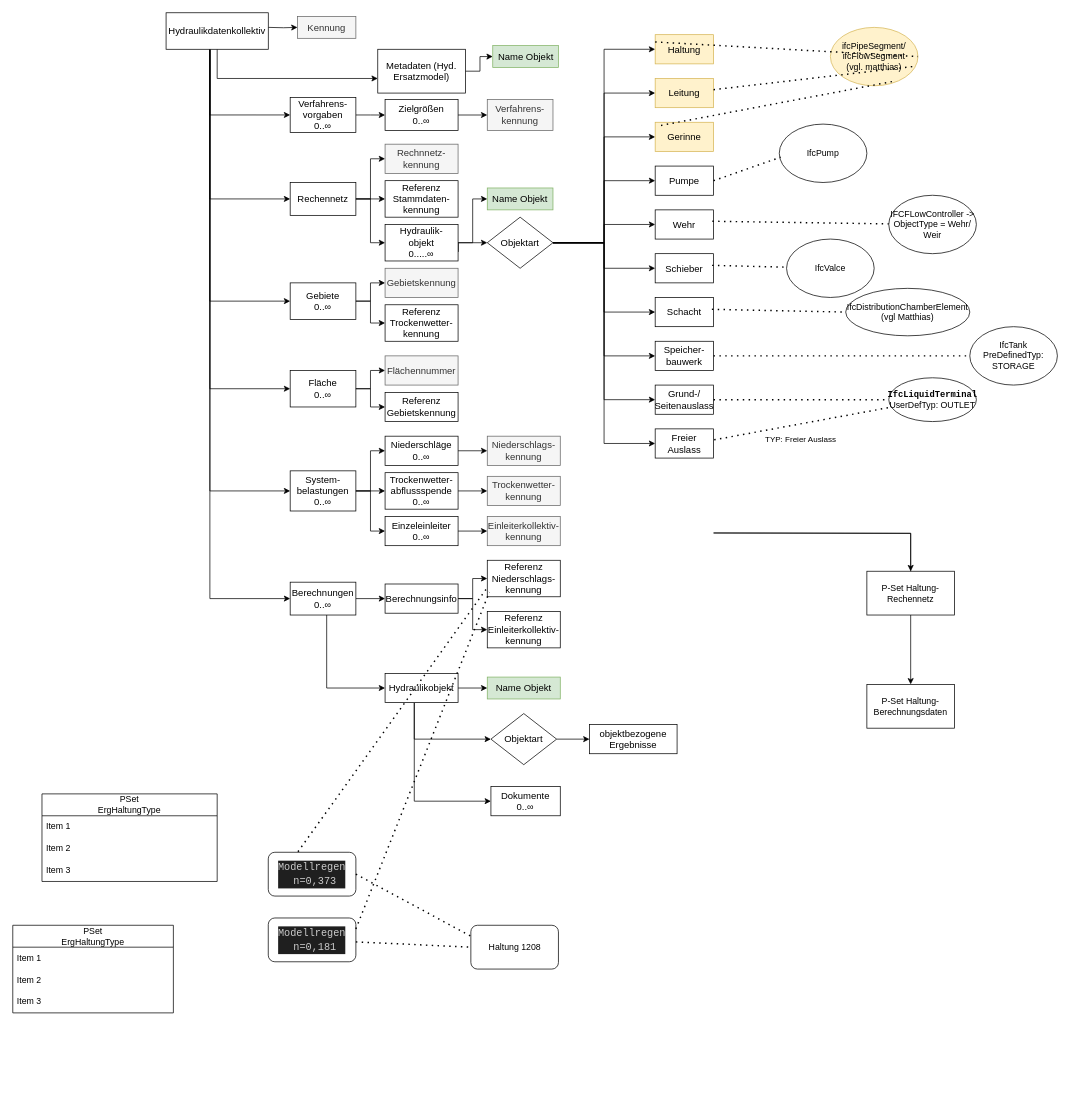
Earlier version of the draw.io diagram Grobwasser mit IFC Klassen.drawio (simonwb123/BA-ISYBAU). Source tidied: cells renumbered, new cells numbered last; positions are measured from the earlier drawing's top-left corner, leaving out a move shared by most shapes. Both pictures are drawn from the tidied source at 73%, with x=0, y=0 at pixel (12, 12).
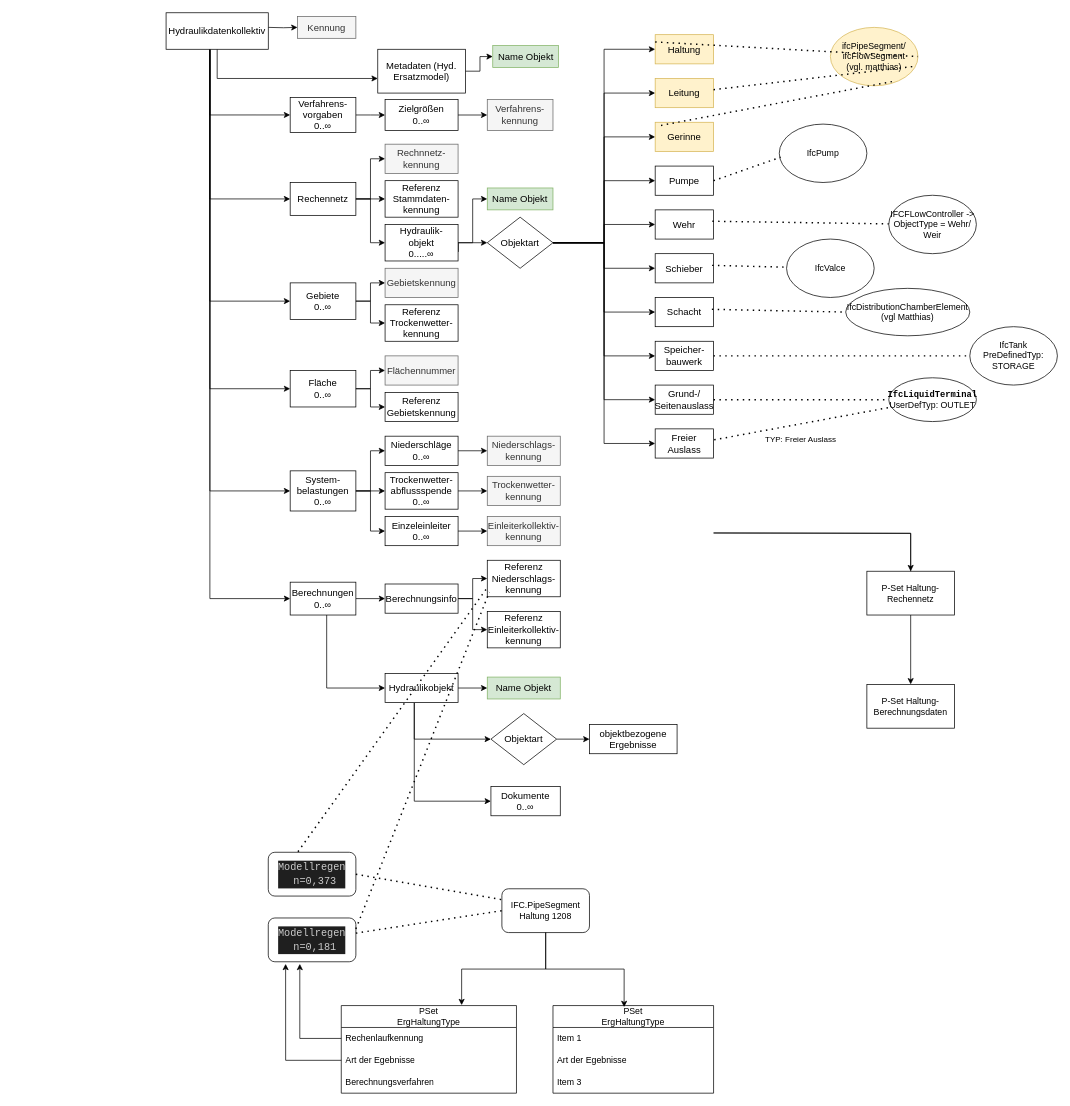
Above is the later version.

The change refers to these unchanged cells:
```xml
<mxCell id="115" value="&lt;div style=&quot;color: rgb(204, 204, 204); background-color: rgb(31, 31, 31); font-family: Consolas, &amp;quot;Courier New&amp;quot;, monospace; font-weight: normal; font-size: 14px; line-height: 19px; white-space: pre;&quot;&gt;&lt;div&gt;&lt;span style=&quot;color: rgb(204, 204, 204);&quot;&gt;Modellregen&lt;br&gt; n=0,181&lt;/span&gt;&lt;/div&gt;&lt;/div&gt;" style="rounded=1;whiteSpace=wrap;html=1;" parent="1" vertex="1">
  <mxGeometry x="350" y="1240" width="120" height="60" as="geometry" />
</mxCell>
```

What changed in the source:
```diff
@@
-    <mxCell id="118" value="Haltung 1208" style="rounded=1;whiteSpace=wrap;html=1;" parent="1" vertex="1">
-      <mxGeometry x="627.5" y="1250" width="120" height="60" as="geometry" />
+    <mxCell id="118" value="&lt;div&gt;IFC.PipeSegment&lt;/div&gt;&lt;div&gt;Haltung 1208&lt;/div&gt;" style="rounded=1;whiteSpace=wrap;html=1;" parent="1" vertex="1">
+      <mxGeometry x="670" y="1200" width="120" height="60" as="geometry" />
     </mxCell>
@@
     <mxCell id="121" value="PSet&lt;br&gt;ErgHaltungType" style="swimlane;fontStyle=0;horizontal=1;startSize=30;whiteSpace=wrap;html=1;" parent="1" vertex="1">
-      <mxGeometry y="1250" width="220" height="120" as="geometry" />
+      <mxGeometry x="740" y="1360" width="220" height="120" as="geometry" />
     </mxCell>
@@
-    <mxCell id="123" value="Item 2" style="text;strokeColor=none;fillColor=none;align=left;verticalAlign=middle;spacingLeft=4;spacingRight=4;overflow=hidden;whiteSpace=wrap;html=1;" parent="121" vertex="1">
+    <mxCell id="123" value="Art der Egebnisse" style="text;strokeColor=none;fillColor=none;align=left;verticalAlign=middle;spacingLeft=4;spacingRight=4;overflow=hidden;whiteSpace=wrap;html=1;" parent="121" vertex="1">
       <mxGeometry y="60" width="220" height="30" as="geometry" />
     </mxCell>
@@
     <mxCell id="125" value="PSet&lt;br&gt;ErgHaltungType" style="swimlane;fontStyle=0;horizontal=1;startSize=30;whiteSpace=wrap;html=1;" parent="1" vertex="1">
-      <mxGeometry x="40" y="1070" width="240" height="120" as="geometry" />
+      <mxGeometry x="450" y="1360" width="240" height="120" as="geometry" />
     </mxCell>
-    <mxCell id="126" value="Item 1" style="text;strokeColor=none;fillColor=none;align=left;verticalAlign=middle;spacingLeft=4;spacingRight=4;overflow=hidden;points=[[0,0.5],[1,0.5]];portConstraint=eastwest;whiteSpace=wrap;html=1;" parent="125" vertex="1">
+    <mxCell id="126" value="Rechenlaufkennung" style="text;strokeColor=none;fillColor=none;align=left;verticalAlign=middle;spacingLeft=4;spacingRight=4;overflow=hidden;points=[[0,0.5],[1,0.5]];portConstraint=eastwest;whiteSpace=wrap;html=1;" parent="125" vertex="1">
       <mxGeometry y="30" width="240" height="30" as="geometry" />
     </mxCell>
-    <mxCell id="127" value="Item 2" style="text;strokeColor=none;fillColor=none;align=left;verticalAlign=middle;spacingLeft=4;spacingRight=4;overflow=hidden;points=[[0,0.5],[1,0.5]];portConstraint=eastwest;whiteSpace=wrap;html=1;" parent="125" vertex="1">
+    <mxCell id="127" value="Art der Egebnisse" style="text;strokeColor=none;fillColor=none;align=left;verticalAlign=middle;spacingLeft=4;spacingRight=4;overflow=hidden;points=[[0,0.5],[1,0.5]];portConstraint=eastwest;whiteSpace=wrap;html=1;" parent="125" vertex="1">
       <mxGeometry y="60" width="240" height="30" as="geometry" />
     </mxCell>
-    <mxCell id="128" value="Item 3" style="text;strokeColor=none;fillColor=none;align=left;verticalAlign=middle;spacingLeft=4;spacingRight=4;overflow=hidden;whiteSpace=wrap;html=1;" parent="125" vertex="1">
+    <mxCell id="128" value="Berechnungsverfahren" style="text;strokeColor=none;fillColor=none;align=left;verticalAlign=middle;spacingLeft=4;spacingRight=4;overflow=hidden;whiteSpace=wrap;html=1;" parent="125" vertex="1">
       <mxGeometry y="90" width="240" height="30" as="geometry" />
     </mxCell>
+    <mxCell id="129" style="edgeStyle=orthogonalEdgeStyle;rounded=0;jettySize=auto;html=1;entryX=0.687;entryY=-0.005;entryDx=0;entryDy=0;entryPerimeter=0;" parent="1" edge="1" source="118" target="125">
+      <mxGeometry relative="1" as="geometry" />
+    </mxCell>
+    <mxCell id="130" style="edgeStyle=orthogonalEdgeStyle;rounded=0;jettySize=auto;html=1;entryX=0.443;entryY=0.017;entryDx=0;entryDy=0;entryPerimeter=0;" parent="1" edge="1" source="118" target="121">
+      <mxGeometry relative="1" as="geometry" />
+    </mxCell>
+    <mxCell id="131" style="edgeStyle=orthogonalEdgeStyle;rounded=0;jettySize=auto;html=1;exitX=0;exitY=0.5;exitDx=0;exitDy=0;entryX=0.198;entryY=1.048;entryDx=0;entryDy=0;entryPerimeter=0;" parent="1" edge="1" source="127" target="115">
+      <mxGeometry relative="1" as="geometry" />
+    </mxCell>
+    <mxCell id="132" style="edgeStyle=orthogonalEdgeStyle;rounded=0;jettySize=auto;html=1;exitX=0;exitY=0.5;exitDx=0;exitDy=0;entryX=0.36;entryY=1.048;entryDx=0;entryDy=0;entryPerimeter=0;" parent="1" edge="1" source="126" target="115">
+      <mxGeometry relative="1" as="geometry" />
+    </mxCell>
```
